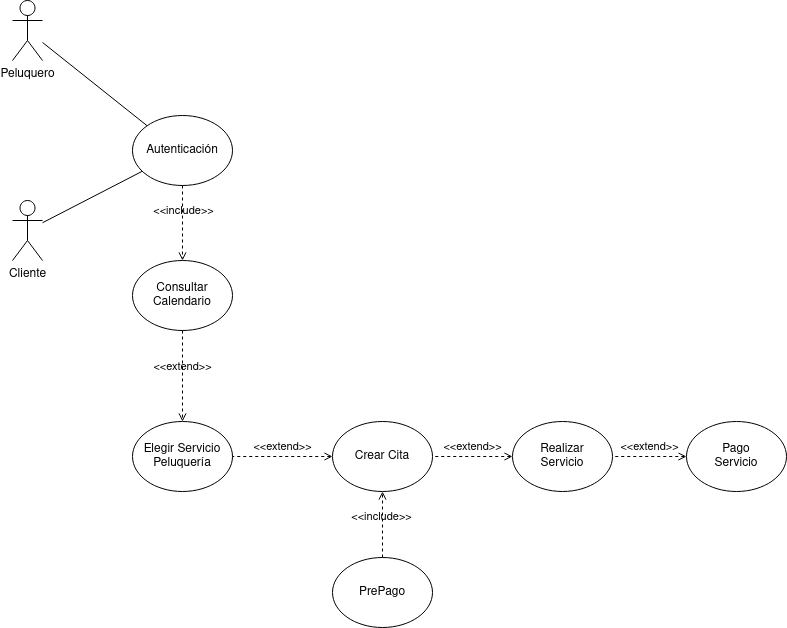
colidom/proyecto-ets keeps this draw.io diagram as doc/img/CasosUso.drawio.png. Above is the earlier version. Source tidied: cells renumbered, new cells last; positions are measured from the earlier drawing's top-left corner, leaving out a move shared by most shapes.
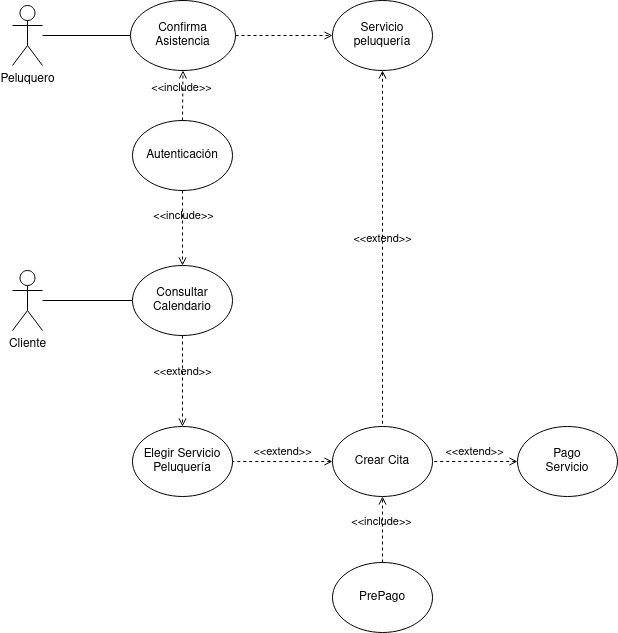
The same file after the commit.

Change to the diagram source:
```diff
@@ -2,11 +2,11 @@
   <root>
     <mxCell id="0" />
     <mxCell id="1" parent="0" />
-    <mxCell id="2" style="rounded=0;jettySize=auto;html=1;endArrow=none;endFill=0;" parent="1" edge="1" source="3" target="4">
+    <mxCell id="2" style="rounded=0;jettySize=auto;html=1;endArrow=none;endFill=0;entryX=0;entryY=0.5;entryDx=0;entryDy=0;" parent="1" edge="1" source="3" target="5">
       <mxGeometry relative="1" as="geometry" />
     </mxCell>
     <mxCell id="3" value="Cliente" style="shape=umlActor;verticalLabelPosition=bottom;verticalAlign=top;html=1;outlineConnect=0;" parent="1" vertex="1">
-      <mxGeometry y="200" width="30" height="60" as="geometry" />
+      <mxGeometry y="265" width="30" height="60" as="geometry" />
     </mxCell>
     <mxCell id="4" value="Autenticación" style="ellipse;whiteSpace=wrap;html=1;" parent="1" vertex="1">
       <mxGeometry x="120" y="115" width="100" height="70" as="geometry" />
@@ -35,23 +35,32 @@
     <mxCell id="12" value="&amp;lt;&amp;lt;include&amp;gt;&amp;gt;" style="html=1;verticalAlign=bottom;labelBackgroundColor=none;endArrow=open;endFill=0;dashed=1;rounded=0;entryX=0.5;entryY=1;entryDx=0;entryDy=0;exitX=0.5;exitY=0;exitDx=0;exitDy=0;" parent="1" edge="1" source="8" target="7">
       <mxGeometry x="-0.06" y="1" relative="1" as="geometry" />
     </mxCell>
-    <mxCell id="13" value="&lt;div&gt;Realizar&lt;/div&gt;&lt;div&gt;Servicio&lt;/div&gt;" style="ellipse;whiteSpace=wrap;html=1;" parent="1" vertex="1">
-      <mxGeometry x="500" y="421" width="100" height="70" as="geometry" />
+    <mxCell id="13" value="&lt;div&gt;Servicio&lt;/div&gt;&lt;div&gt;peluquería&lt;br&gt;&lt;/div&gt;" style="ellipse;whiteSpace=wrap;html=1;" parent="1" vertex="1">
+      <mxGeometry x="320" y="-5" width="100" height="70" as="geometry" />
     </mxCell>
-    <mxCell id="14" value="&amp;lt;&amp;lt;extend&amp;gt;&amp;gt;" style="html=1;verticalAlign=bottom;labelBackgroundColor=none;endArrow=none;endFill=0;dashed=1;rounded=0;exitX=0;exitY=0.5;exitDx=0;exitDy=0;entryX=1;entryY=0.5;entryDx=0;entryDy=0;startArrow=open;startFill=0;" parent="1" edge="1" source="13" target="7">
+    <mxCell id="14" value="&amp;lt;&amp;lt;extend&amp;gt;&amp;gt;" style="html=1;verticalAlign=bottom;labelBackgroundColor=none;endArrow=none;endFill=0;dashed=1;rounded=0;entryX=1;entryY=0.5;entryDx=0;entryDy=0;startArrow=open;startFill=0;exitX=0;exitY=0.5;exitDx=0;exitDy=0;" parent="1" edge="1" source="15" target="7">
       <mxGeometry relative="1" as="geometry" />
     </mxCell>
     <mxCell id="15" value="&lt;div&gt;Pago&lt;br&gt;&lt;/div&gt;&lt;div&gt;Servicio&lt;/div&gt;" style="ellipse;whiteSpace=wrap;html=1;" parent="1" vertex="1">
-      <mxGeometry x="674" y="421" width="100" height="70" as="geometry" />
+      <mxGeometry x="505" y="421" width="100" height="70" as="geometry" />
     </mxCell>
-    <mxCell id="16" value="&amp;lt;&amp;lt;extend&amp;gt;&amp;gt;" style="html=1;verticalAlign=bottom;labelBackgroundColor=none;endArrow=none;endFill=0;dashed=1;rounded=0;exitX=0;exitY=0.5;exitDx=0;exitDy=0;entryX=1;entryY=0.5;entryDx=0;entryDy=0;startArrow=open;startFill=0;" parent="1" edge="1" source="15" target="13">
-      <mxGeometry relative="1" as="geometry" />
-    </mxCell>
     <mxCell id="17" value="Peluquero" style="shape=umlActor;verticalLabelPosition=bottom;verticalAlign=top;html=1;outlineConnect=0;" parent="1" vertex="1">
       <mxGeometry width="30" height="60" as="geometry" />
     </mxCell>
-    <mxCell id="18" style="rounded=0;jettySize=auto;html=1;endArrow=none;endFill=0;entryX=0;entryY=0;entryDx=0;entryDy=0;" parent="1" edge="1" source="17" target="4">
+    <mxCell id="18" style="rounded=0;jettySize=auto;html=1;endArrow=none;endFill=0;entryX=0;entryY=0.5;entryDx=0;entryDy=0;" parent="1" edge="1" source="17" target="20">
       <mxGeometry relative="1" as="geometry" />
     </mxCell>
+    <mxCell id="19" style="edgeStyle=orthogonalEdgeStyle;rounded=0;jettySize=auto;html=1;dashed=1;endArrow=open;endFill=0;" parent="1" edge="1" source="20" target="13">
+      <mxGeometry relative="1" as="geometry" />
+    </mxCell>
+    <mxCell id="20" value="Confirma Asistencia" style="ellipse;whiteSpace=wrap;html=1;" parent="1" vertex="1">
+      <mxGeometry x="118" y="-5" width="105" height="70" as="geometry" />
+    </mxCell>
+    <mxCell id="16" value="&amp;lt;&amp;lt;extend&amp;gt;&amp;gt;" style="html=1;verticalAlign=bottom;labelBackgroundColor=none;endArrow=none;endFill=0;dashed=1;rounded=0;entryX=0.5;entryY=0;entryDx=0;entryDy=0;startArrow=open;startFill=0;exitX=0.5;exitY=1;exitDx=0;exitDy=0;" parent="1" edge="1" source="13" target="7">
+      <mxGeometry relative="1" as="geometry" />
+    </mxCell>
+    <mxCell id="21" value="&amp;lt;&amp;lt;include&amp;gt;&amp;gt;" style="html=1;verticalAlign=bottom;labelBackgroundColor=none;endArrow=open;endFill=0;dashed=1;rounded=0;entryX=0.5;entryY=1;entryDx=0;entryDy=0;exitX=0.5;exitY=0;exitDx=0;exitDy=0;" parent="1" edge="1" source="4" target="20">
+      <mxGeometry x="-0.07" y="1" relative="1" as="geometry" />
+    </mxCell>
   </root>
 </mxGraphModel>
```
